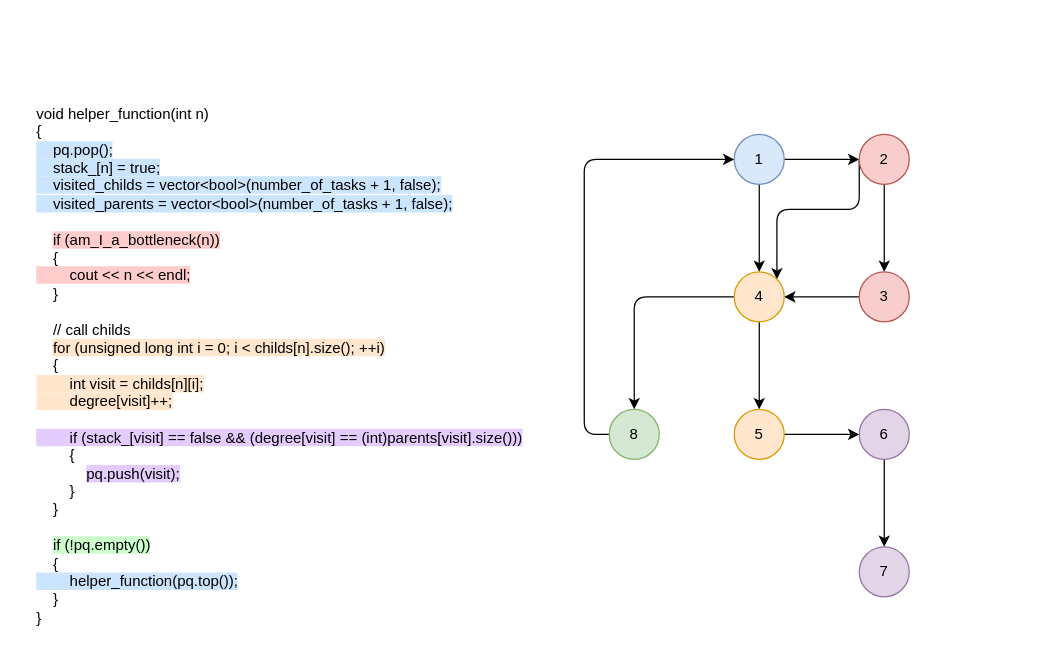
Earlier version of the draw.io diagram part2/diagrams/control_flow/helper_function.drawio (Squalexy/QCS-Project). Source tidied: cells renumbered, new cells numbered last; positions are measured from the earlier drawing's top-left corner, leaving out a move shared by most shapes. Both pictures are drawn from the tidied source at 125%, with x=0, y=0 at pixel (34, 90).
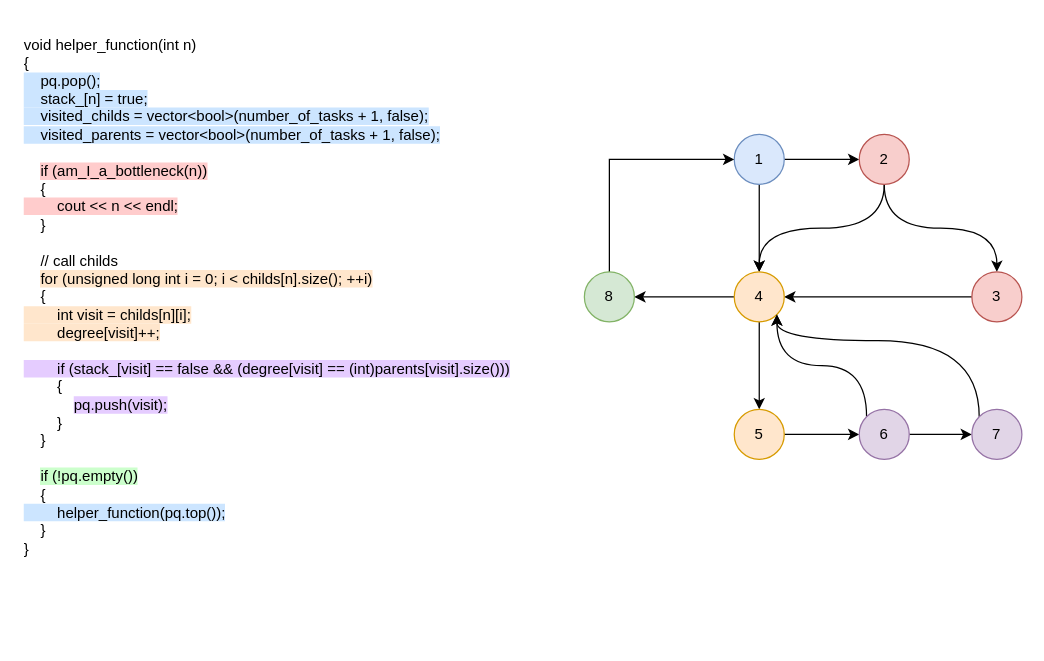
After the change.

Unchanged cells that the change refers to:
```xml
<mxCell id="4" value="1" style="ellipse;whiteSpace=wrap;html=1;fillColor=#dae8fc;strokeColor=#6c8ebf;" parent="1" vertex="1">
  <mxGeometry x="559.9" y="35" width="40" height="40" as="geometry" />
</mxCell>
<mxCell id="8" value="2" style="ellipse;whiteSpace=wrap;html=1;fillColor=#f8cecc;strokeColor=#b85450;" parent="1" vertex="1">
  <mxGeometry x="659.9" y="35" width="40" height="40" as="geometry" />
</mxCell>
<mxCell id="13" value="4" style="ellipse;whiteSpace=wrap;html=1;fillColor=#ffe6cc;strokeColor=#d79b00;" parent="1" vertex="1">
  <mxGeometry x="559.9" y="145" width="40" height="40" as="geometry" />
</mxCell>
<mxCell id="15" value="5" style="ellipse;whiteSpace=wrap;html=1;fillColor=#ffe6cc;strokeColor=#d79b00;" parent="1" vertex="1">
  <mxGeometry x="559.9" y="255" width="40" height="40" as="geometry" />
</mxCell>
<mxCell id="17" value="6" style="ellipse;whiteSpace=wrap;html=1;fillColor=#e1d5e7;strokeColor=#9673a6;" parent="1" vertex="1">
  <mxGeometry x="659.9" y="255" width="40" height="40" as="geometry" />
</mxCell>
```

The edit, as a diff of the source:
```diff
@@
     <mxCell id="5" value="&lt;div&gt;void helper_function(int n)&lt;/div&gt;&lt;div&gt;{&lt;/div&gt;&lt;div&gt;&lt;span style=&quot;background-color: rgb(204, 229, 255);&quot;&gt;&amp;nbsp; &amp;nbsp; pq.pop();&lt;/span&gt;&lt;/div&gt;&lt;div&gt;&lt;span style=&quot;background-color: rgb(204, 229, 255);&quot;&gt;&amp;nbsp; &amp;nbsp; stack_[n] = true;&lt;/span&gt;&lt;/div&gt;&lt;div&gt;&lt;span style=&quot;background-color: rgb(204, 229, 255);&quot;&gt;&amp;nbsp; &amp;nbsp; visited_childs = vector&amp;lt;bool&amp;gt;(number_of_tasks + 1, false);&lt;/span&gt;&lt;/div&gt;&lt;div&gt;&lt;span style=&quot;background-color: rgb(204, 229, 255);&quot;&gt;&amp;nbsp; &amp;nbsp; visited_parents = vector&amp;lt;bool&amp;gt;(number_of_tasks + 1, false);&lt;/span&gt;&lt;/div&gt;&lt;div&gt;&lt;br&gt;&lt;/div&gt;&lt;div&gt;&amp;nbsp; &amp;nbsp; &lt;span style=&quot;background-color: rgb(255, 204, 204);&quot;&gt;if (am_I_a_bottleneck(n))&lt;/span&gt;&lt;/div&gt;&lt;div&gt;&amp;nbsp; &amp;nbsp; {&lt;/div&gt;&lt;div&gt;&lt;span style=&quot;background-color: rgb(255, 204, 204);&quot;&gt;&amp;nbsp; &amp;nbsp; &amp;nbsp; &amp;nbsp; cout &amp;lt;&amp;lt; n &amp;lt;&amp;lt; endl;&lt;/span&gt;&lt;/div&gt;&lt;div&gt;&amp;nbsp; &amp;nbsp; }&lt;/div&gt;&lt;div&gt;&lt;br&gt;&lt;/div&gt;&lt;div&gt;&amp;nbsp; &amp;nbsp; // call childs&lt;/div&gt;&lt;div&gt;&amp;nbsp; &amp;nbsp; &lt;span style=&quot;background-color: rgb(255, 230, 204);&quot;&gt;for (unsigned long int i = 0; i &amp;lt; childs[n].size(); ++i)&lt;/span&gt;&lt;/div&gt;&lt;div&gt;&amp;nbsp; &amp;nbsp; {&lt;/div&gt;&lt;div&gt;&lt;span style=&quot;background-color: rgb(255, 230, 204);&quot;&gt;&amp;nbsp; &amp;nbsp; &amp;nbsp; &amp;nbsp; int visit = childs[n][i];&lt;/span&gt;&lt;/div&gt;&lt;div&gt;&lt;span style=&quot;background-color: rgb(255, 230, 204);&quot;&gt;&amp;nbsp; &amp;nbsp; &amp;nbsp; &amp;nbsp; degree[visit]++;&lt;/span&gt;&lt;/div&gt;&lt;div&gt;&lt;br&gt;&lt;/div&gt;&lt;div&gt;&lt;span style=&quot;background-color: rgb(229, 204, 255);&quot;&gt;&amp;nbsp; &amp;nbsp; &amp;nbsp; &amp;nbsp; if (stack_[visit] == false &amp;amp;&amp;amp; (degree[visit] == (int)parents[visit].size()))&lt;/span&gt;&lt;/div&gt;&lt;div&gt;&amp;nbsp; &amp;nbsp; &amp;nbsp; &amp;nbsp; {&lt;/div&gt;&lt;div&gt;&amp;nbsp; &amp;nbsp; &amp;nbsp; &amp;nbsp; &amp;nbsp; &amp;nbsp; &lt;span style=&quot;background-color: rgb(229, 204, 255);&quot;&gt;pq.push(visit);&lt;/span&gt;&lt;/div&gt;&lt;div&gt;&amp;nbsp; &amp;nbsp; &amp;nbsp; &amp;nbsp; }&lt;/div&gt;&lt;div&gt;&amp;nbsp; &amp;nbsp; }&lt;/div&gt;&lt;div&gt;&lt;br&gt;&lt;/div&gt;&lt;div&gt;&amp;nbsp; &amp;nbsp; &lt;span style=&quot;background-color: rgb(204, 255, 204);&quot;&gt;if (!pq.empty())&lt;/span&gt;&lt;/div&gt;&lt;div&gt;&amp;nbsp; &amp;nbsp; {&lt;/div&gt;&lt;div&gt;&lt;span style=&quot;background-color: rgb(204, 229, 255);&quot;&gt;&amp;nbsp; &amp;nbsp; &amp;nbsp; &amp;nbsp; helper_function(pq.top());&lt;/span&gt;&lt;/div&gt;&lt;div&gt;&amp;nbsp; &amp;nbsp; }&lt;/div&gt;&lt;div&gt;}&lt;/div&gt;" style="text;html=1;strokeColor=none;fillColor=none;align=left;verticalAlign=middle;whiteSpace=wrap;rounded=0;" parent="1" vertex="1">
-      <mxGeometry width="400" height="440" as="geometry" />
+      <mxGeometry x="-10" y="-55" width="400" height="440" as="geometry" />
     </mxCell>
+    <mxCell id="21" style="edgeStyle=orthogonalEdgeStyle;jettySize=auto;html=1;exitX=0;exitY=1;exitDx=0;exitDy=0;entryX=1;entryY=0;entryDx=0;entryDy=0;strokeColor=none;curved=1;" parent="1" edge="1" source="8" target="13">
+      <mxGeometry relative="1" as="geometry" />
+    </mxCell>
+    <mxCell id="22" style="edgeStyle=orthogonalEdgeStyle;jettySize=auto;html=1;exitX=0.5;exitY=1;exitDx=0;exitDy=0;entryX=0.5;entryY=0;entryDx=0;entryDy=0;curved=1;" parent="1" edge="1" source="8" target="13">
+      <mxGeometry relative="1" as="geometry" />
+    </mxCell>
-    <mxCell id="6" style="edgeStyle=orthogonalEdgeStyle;rounded=0;jettySize=auto;html=1;exitX=0.5;exitY=1;exitDx=0;exitDy=0;entryX=0.5;entryY=0;entryDx=0;entryDy=0;" parent="1" edge="1" source="8" target="10">
+    <mxCell id="6" style="edgeStyle=orthogonalEdgeStyle;jettySize=auto;html=1;exitX=0.5;exitY=1;exitDx=0;exitDy=0;entryX=0.5;entryY=0;entryDx=0;entryDy=0;curved=1;" parent="1" edge="1" source="8" target="10">
       <mxGeometry relative="1" as="geometry" />
     </mxCell>
-    <mxCell id="7" style="edgeStyle=orthogonalEdgeStyle;jettySize=auto;html=1;exitX=0;exitY=0.5;exitDx=0;exitDy=0;entryX=1;entryY=0;entryDx=0;entryDy=0;rounded=1;" parent="1" edge="1" source="8" target="13">
-      <mxGeometry relative="1" as="geometry">
-        <Array as="points">
-          <mxPoint x="659.9" y="95" />
-          <mxPoint x="593.9" y="95" />
-        </Array>
-      </mxGeometry>
-    </mxCell>
@@
     <mxCell id="10" value="3" style="ellipse;whiteSpace=wrap;html=1;fillColor=#f8cecc;strokeColor=#b85450;" parent="1" vertex="1">
-      <mxGeometry x="659.9" y="145" width="40" height="40" as="geometry" />
+      <mxGeometry x="750" y="145" width="40" height="40" as="geometry" />
     </mxCell>
@@
-    <mxCell id="12" style="edgeStyle=orthogonalEdgeStyle;jettySize=auto;html=1;exitX=0;exitY=0.5;exitDx=0;exitDy=0;entryX=0.5;entryY=0;entryDx=0;entryDy=0;rounded=1;" parent="1" edge="1" source="13" target="20">
+    <mxCell id="12" style="edgeStyle=orthogonalEdgeStyle;rounded=0;jettySize=auto;html=1;" parent="1" edge="1" source="13" target="20">
       <mxGeometry relative="1" as="geometry" />
     </mxCell>
@@
-    <mxCell id="14" style="edgeStyle=orthogonalEdgeStyle;rounded=0;jettySize=auto;html=1;entryX=0;entryY=0.5;entryDx=0;entryDy=0;" parent="1" edge="1" source="15" target="17">
+    <mxCell id="14" style="edgeStyle=orthogonalEdgeStyle;rounded=0;jettySize=auto;html=1;exitX=1;exitY=0.5;exitDx=0;exitDy=0;entryX=0;entryY=0.5;entryDx=0;entryDy=0;" parent="1" edge="1" source="15" target="17">
       <mxGeometry relative="1" as="geometry" />
     </mxCell>
@@
+    <mxCell id="23" style="edgeStyle=orthogonalEdgeStyle;jettySize=auto;html=1;exitX=0;exitY=0;exitDx=0;exitDy=0;entryX=1;entryY=1;entryDx=0;entryDy=0;curved=1;" parent="1" edge="1" source="17" target="13">
+      <mxGeometry relative="1" as="geometry">
+        <Array as="points">
+          <mxPoint x="666" y="220" />
+          <mxPoint x="594" y="220" />
+        </Array>
+      </mxGeometry>
+    </mxCell>
-    <mxCell id="16" style="edgeStyle=orthogonalEdgeStyle;rounded=0;jettySize=auto;html=1;exitX=0.5;exitY=1;exitDx=0;exitDy=0;entryX=0.5;entryY=0;entryDx=0;entryDy=0;" parent="1" edge="1" source="17" target="18">
+    <mxCell id="16" style="edgeStyle=orthogonalEdgeStyle;rounded=0;jettySize=auto;html=1;entryX=0;entryY=0.5;entryDx=0;entryDy=0;" parent="1" edge="1" source="17" target="18">
       <mxGeometry relative="1" as="geometry" />
     </mxCell>
@@
+    <mxCell id="24" style="edgeStyle=orthogonalEdgeStyle;jettySize=auto;html=1;exitX=0;exitY=0;exitDx=0;exitDy=0;entryX=1;entryY=1;entryDx=0;entryDy=0;curved=1;" parent="1" edge="1" source="18" target="13">
+      <mxGeometry relative="1" as="geometry">
+        <Array as="points">
+          <mxPoint x="756" y="200" />
+          <mxPoint x="594" y="200" />
+        </Array>
+      </mxGeometry>
+    </mxCell>
     <mxCell id="18" value="7" style="ellipse;whiteSpace=wrap;html=1;fillColor=#e1d5e7;strokeColor=#9673a6;" parent="1" vertex="1">
-      <mxGeometry x="659.9" y="365" width="40" height="40" as="geometry" />
+      <mxGeometry x="750" y="255" width="40" height="40" as="geometry" />
     </mxCell>
-    <mxCell id="19" style="edgeStyle=orthogonalEdgeStyle;jettySize=auto;html=1;exitX=0;exitY=0.5;exitDx=0;exitDy=0;entryX=0;entryY=0.5;entryDx=0;entryDy=0;rounded=1;" parent="1" edge="1" source="20" target="4">
+    <mxCell id="19" style="edgeStyle=orthogonalEdgeStyle;rounded=0;jettySize=auto;html=1;exitX=0.5;exitY=0;exitDx=0;exitDy=0;entryX=0;entryY=0.5;entryDx=0;entryDy=0;" parent="1" edge="1" source="20" target="4">
       <mxGeometry relative="1" as="geometry" />
     </mxCell>
     <mxCell id="20" value="8" style="ellipse;whiteSpace=wrap;html=1;fillColor=#d5e8d4;strokeColor=#82b366;" parent="1" vertex="1">
-      <mxGeometry x="459.9" y="255" width="40" height="40" as="geometry" />
+      <mxGeometry x="440" y="145" width="40" height="40" as="geometry" />
     </mxCell>
```
